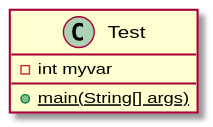
The PlantUML diagram docs/uml/test2.svg in andrewdimmer/csi-3370-software-project-config-test, before a commit.
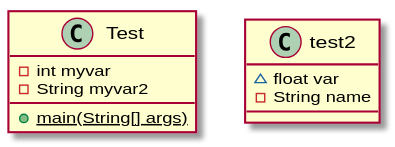
After the commit.

Commit message:
Generate SVG and PNG images for PlantUML diagrams

Change to the diagram source:
```diff
@@ -3,8 +3,14 @@
 
 class Test {
     - int myvar
+    - String myvar2
     {static} + main(String[] args)
 }
 
 
+class test2 {
+    ~ float var
+    - String name
+}
+
 @enduml
```
